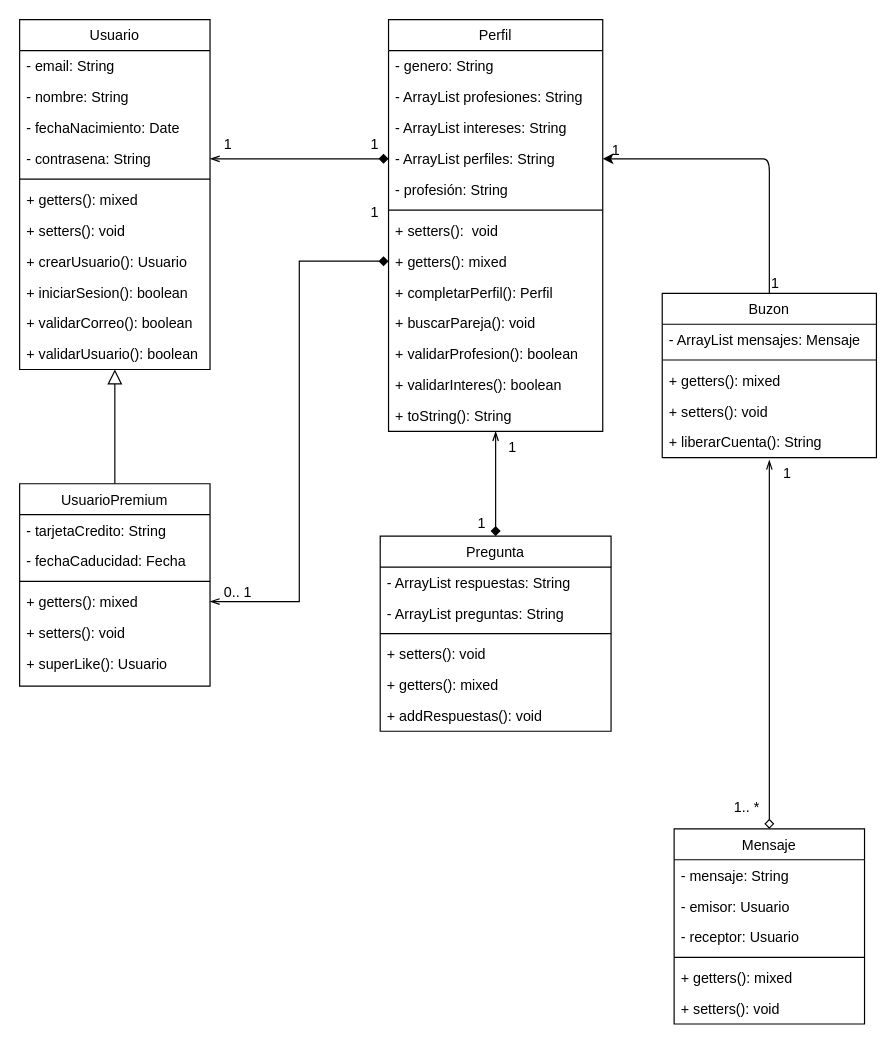
jojofrei/Proyecto-POO keeps this draw.io diagram as Untitled Diagram.drawio. Above is the earlier version. Source tidied: cells renumbered, new cells numbered last; positions are measured from the earlier drawing's top-left corner, leaving out a move shared by most shapes. Both pictures are drawn from the tidied source at 119%, with x=0, y=0 at pixel (19, 19).
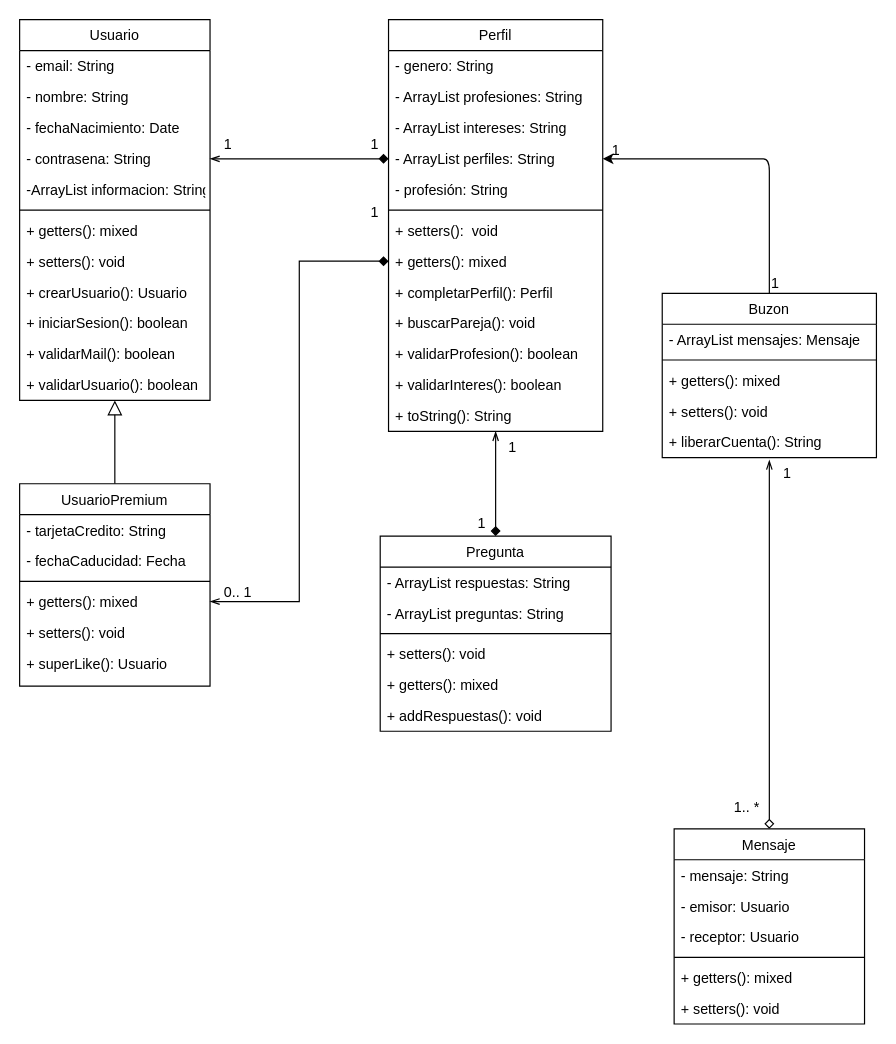
Above is the later version.

Change to the diagram source:
```diff
@@
     <mxCell id="6" value="Usuario" style="swimlane;fontStyle=0;align=center;verticalAlign=top;horizontal=1;startSize=26;rounded=0;shadow=0;strokeWidth=1;" parent="1" vertex="1">
-      <mxGeometry width="160" height="294" as="geometry" />
+      <mxGeometry width="160" height="320" as="geometry" />
     </mxCell>
@@
+    <mxCell id="71" value="-ArrayList informacion: String" style="text;align=left;verticalAlign=top;spacingLeft=4;spacingRight=4;overflow=hidden;" parent="6" vertex="1">
+      <mxGeometry y="130" width="160" height="26" as="geometry" />
+    </mxCell>
     <mxCell id="11" style="line;html=1;strokeWidth=1;align=left;verticalAlign=middle;spacingTop=-1;spacingLeft=3;spacingRight=3;labelPosition=right;" parent="6" vertex="1">
-      <mxGeometry y="130" width="160" height="8" as="geometry" />
+      <mxGeometry y="156" width="160" height="8" as="geometry" />
     </mxCell>
     <mxCell id="12" value="+ getters(): mixed" style="text;align=left;verticalAlign=top;spacingLeft=4;spacingRight=4;overflow=hidden;rounded=0;shadow=0;html=0;" parent="6" vertex="1">
-      <mxGeometry y="138" width="160" height="26" as="geometry" />
+      <mxGeometry y="164" width="160" height="26" as="geometry" />
     </mxCell>
     <mxCell id="13" value="+ setters(): void&#10;" style="text;align=left;verticalAlign=top;spacingLeft=4;spacingRight=4;overflow=hidden;rounded=0;shadow=0;html=0;" parent="6" vertex="1">
-      <mxGeometry y="164" width="160" height="26" as="geometry" />
+      <mxGeometry y="190" width="160" height="26" as="geometry" />
     </mxCell>
     <mxCell id="14" value="+ crearUsuario(): Usuario" style="text;align=left;verticalAlign=top;spacingLeft=4;spacingRight=4;overflow=hidden;rounded=0;shadow=0;html=0;" parent="6" vertex="1">
-      <mxGeometry y="190" width="160" height="26" as="geometry" />
+      <mxGeometry y="216" width="160" height="26" as="geometry" />
     </mxCell>
     <mxCell id="15" value="+ iniciarSesion(): boolean" style="text;align=left;verticalAlign=top;spacingLeft=4;spacingRight=4;overflow=hidden;rounded=0;shadow=0;html=0;" parent="6" vertex="1">
-      <mxGeometry y="216" width="160" height="26" as="geometry" />
+      <mxGeometry y="242" width="160" height="26" as="geometry" />
     </mxCell>
-    <mxCell id="16" value="+ validarCorreo(): boolean&#10;" style="text;align=left;verticalAlign=top;spacingLeft=4;spacingRight=4;overflow=hidden;rounded=0;shadow=0;html=0;" parent="6" vertex="1">
-      <mxGeometry y="242" width="160" height="26" as="geometry" />
+    <mxCell id="16" value="+ validarMail(): boolean&#10;" style="text;align=left;verticalAlign=top;spacingLeft=4;spacingRight=4;overflow=hidden;rounded=0;shadow=0;html=0;" parent="6" vertex="1">
+      <mxGeometry y="268" width="160" height="26" as="geometry" />
     </mxCell>
     <mxCell id="17" value="+ validarUsuario(): boolean&#10;" style="text;align=left;verticalAlign=top;spacingLeft=4;spacingRight=4;overflow=hidden;rounded=0;shadow=0;html=0;" parent="6" vertex="1">
-      <mxGeometry y="268" width="160" height="26" as="geometry" />
+      <mxGeometry y="294" width="160" height="26" as="geometry" />
     </mxCell>
```
